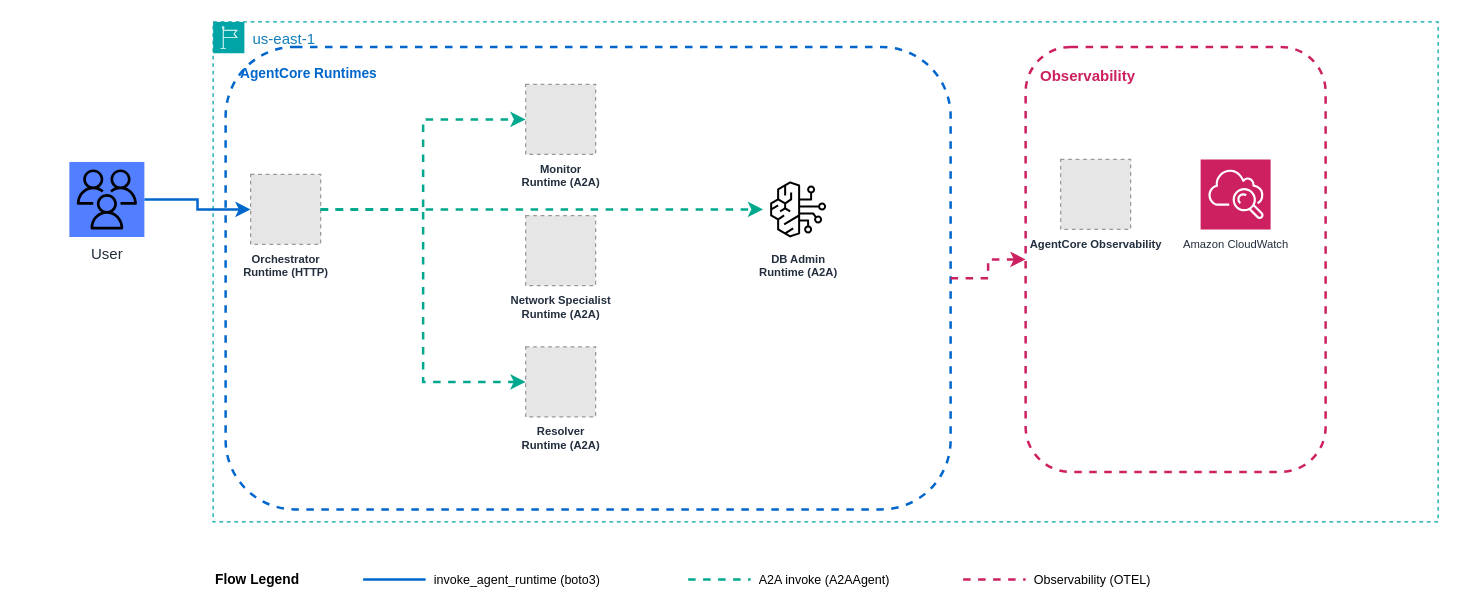
Earlier version of the draw.io diagram samples/06-dynamic-swarm/production/architecture.drawio (aws-samples/sample-multi-agent-systems-with-strands-workshop). Source tidied: cells renumbered, new cells numbered last; positions are measured from the earlier drawing's top-left corner, leaving out a move shared by most shapes. Both pictures are drawn from the tidied source at 125%, with x=0, y=0 at pixel (69, 21). Pictures stored in the file or linked from it are replaced by grey dashed boxes.
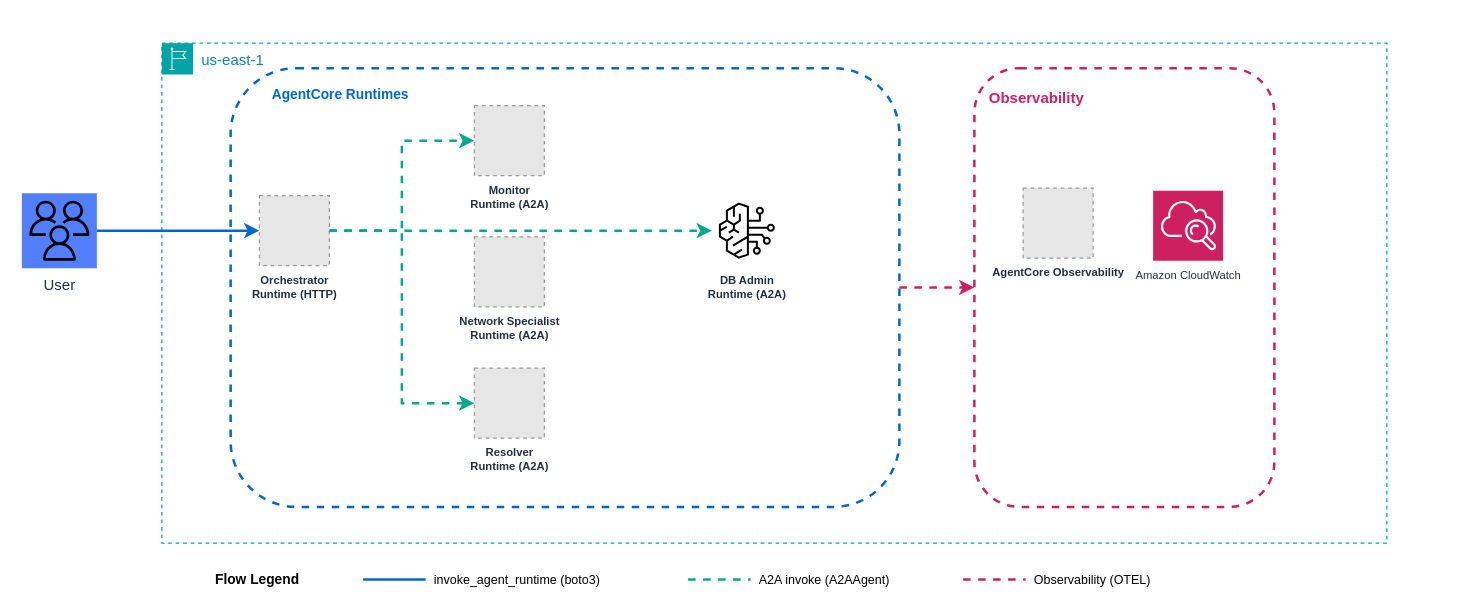
Above is the later version.

Commit message (it also covers changes not shown here):
Update production architecture diagrams modules 03-07

Change to the diagram source:
```diff
@@
     <mxCell id="2" value="User" style="sketch=0;outlineConnect=0;fontColor=#232F3E;gradientColor=none;fillColor=#527FFF;strokeColor=none;dashed=0;verticalLabelPosition=bottom;verticalAlign=top;align=center;html=1;fontSize=12;fontStyle=0;shape=mxgraph.aws4.resourceIcon;resIcon=mxgraph.aws4.users;" parent="1" vertex="1">
-      <mxGeometry y="112" width="60" height="60" as="geometry" />
+      <mxGeometry x="-38" y="137" width="60" height="60" as="geometry" />
     </mxCell>
     <mxCell id="3" value="us-east-1" style="gradientColor=none;html=1;whiteSpace=wrap;fontSize=12;fontStyle=0;shape=mxgraph.aws4.group;grIcon=mxgraph.aws4.group_region;strokeColor=#00A4A6;fillColor=none;verticalAlign=top;align=left;spacingLeft=30;fontColor=#147EBA;dashed=1;" parent="1" vertex="1">
-      <mxGeometry x="115" width="980" height="400" as="geometry" />
+      <mxGeometry x="74" y="17" width="980" height="400" as="geometry" />
     </mxCell>
-    <mxCell id="4" value="AgentCore Runtimes" style="rounded=1;whiteSpace=wrap;html=1;fillColor=none;strokeColor=#0066CC;strokeWidth=2;dashed=1;fontSize=11;fontStyle=1;fontColor=#0066CC;verticalAlign=top;align=left;spacingLeft=10;spacingTop=8;" parent="3" vertex="1">
-      <mxGeometry x="10" y="20" width="580" height="370" as="geometry" />
+    <mxCell id="4" value="&amp;nbsp; &amp;nbsp; &amp;nbsp; &amp;nbsp;AgentCore Runtimes" style="rounded=1;whiteSpace=wrap;html=1;fillColor=none;strokeColor=#0066CC;strokeWidth=2;dashed=1;fontSize=11;fontStyle=1;fontColor=#0066CC;verticalAlign=top;align=left;spacingLeft=10;spacingTop=8;" parent="3" vertex="1">
+      <mxGeometry x="55" y="20" width="535" height="351" as="geometry" />
     </mxCell>
     <mxCell id="5" value="Orchestrator&lt;div&gt;Runtime (HTTP)&lt;/div&gt;" style="fillColor=#E6E6E6;strokeColor=#999999;dashed=1;html=1;verticalLabelPosition=bottom;labelBackgroundColor=none;verticalAlign=top;fontSize=9;fontStyle=1;fontColor=#232F3E;" parent="3" vertex="1">
-      <mxGeometry x="30" y="122" width="56" height="56" as="geometry" />
+      <mxGeometry x="78" y="122" width="56" height="56" as="geometry" />
     </mxCell>
@@
     <mxCell id="9" value="Observability" style="rounded=1;whiteSpace=wrap;html=1;fillColor=none;strokeColor=#CC2060;strokeWidth=2;dashed=1;fontSize=12;fontStyle=1;fontColor=#CC2060;verticalAlign=top;align=left;spacingLeft=10;spacingTop=10;" parent="3" vertex="1">
-      <mxGeometry x="650" y="20" width="240" height="340" as="geometry" />
+      <mxGeometry x="650" y="20" width="240" height="351" as="geometry" />
     </mxCell>
     <mxCell id="10" value="AgentCore Observability" style="fillColor=#E6E6E6;strokeColor=#999999;dashed=1;html=1;verticalLabelPosition=bottom;labelBackgroundColor=none;verticalAlign=top;fontSize=9;fontStyle=1;fontColor=#232F3E;" parent="3" vertex="1">
-      <mxGeometry x="678" y="110" width="56" height="56" as="geometry" />
+      <mxGeometry x="689" y="116" width="56" height="56" as="geometry" />
     </mxCell>
     <mxCell id="11" value="Amazon CloudWatch" style="sketch=0;fontColor=#232F3E;fillColor=#CC2060;strokeColor=#ffffff;dashed=0;verticalLabelPosition=bottom;verticalAlign=top;align=center;html=1;fontSize=9;fontStyle=0;shape=mxgraph.aws4.resourceIcon;resIcon=mxgraph.aws4.cloudwatch;" parent="3" vertex="1">
-      <mxGeometry x="790" y="110" width="56" height="56" as="geometry" />
+      <mxGeometry x="793" y="118" width="56" height="56" as="geometry" />
     </mxCell>
-    <mxCell id="12" style="edgeStyle=orthogonalEdgeStyle;rounded=0;jettySize=auto;html=1;strokeColor=#0066CC;strokeWidth=2;flowAnimation=1;exitX=1;exitY=0.5;exitDx=0;exitDy=0;entryX=0;entryY=0.5;entryDx=0;entryDy=0;" parent="1" edge="1" source="2" target="5">
-      <mxGeometry relative="1" as="geometry" />
-    </mxCell>
@@
+    <mxCell id="24" value="DB Admin&lt;div&gt;Runtime (A2A)&lt;/div&gt;" style="sketch=0;html=1;verticalLabelPosition=bottom;labelBackgroundColor=none;verticalAlign=top;imageAspect=0;fontSize=9;fontStyle=1;fontColor=#232F3E;shape=mxgraph.aws4.resourceIcon;resIcon=mxgraph.aws4.bedrock;" parent="3" vertex="1">
+      <mxGeometry x="440" y="122" width="56" height="56" as="geometry" />
+    </mxCell>
+    <mxCell id="25" style="edgeStyle=orthogonalEdgeStyle;rounded=0;jettySize=auto;html=1;strokeColor=#01A88D;strokeWidth=2;flowAnimation=1;dashed=1;" parent="3" edge="1" source="5" target="24">
+      <mxGeometry relative="1" as="geometry" />
+    </mxCell>
+    <mxCell id="12" style="edgeStyle=orthogonalEdgeStyle;rounded=0;jettySize=auto;html=1;strokeColor=#0066CC;strokeWidth=2;flowAnimation=1;exitX=1;exitY=0.5;exitDx=0;exitDy=0;entryX=0;entryY=0.5;entryDx=0;entryDy=0;" parent="1" edge="1" source="2" target="5">
+      <mxGeometry relative="1" as="geometry" />
+    </mxCell>
@@
-    <mxCell id="24" value="DB Admin&lt;div&gt;Runtime (A2A)&lt;/div&gt;" style="sketch=0;html=1;verticalLabelPosition=bottom;labelBackgroundColor=none;verticalAlign=top;imageAspect=0;fontSize=9;fontStyle=1;fontColor=#232F3E;shape=mxgraph.aws4.resourceIcon;resIcon=mxgraph.aws4.bedrock;" parent="3" vertex="1">
-      <mxGeometry x="440" y="122" width="56" height="56" as="geometry" />
-    </mxCell>
-    <mxCell id="25" style="edgeStyle=orthogonalEdgeStyle;rounded=0;jettySize=auto;html=1;strokeColor=#01A88D;strokeWidth=2;flowAnimation=1;dashed=1;" parent="3" edge="1" source="5" target="24">
-      <mxGeometry relative="1" as="geometry" />
-    </mxCell>
```
